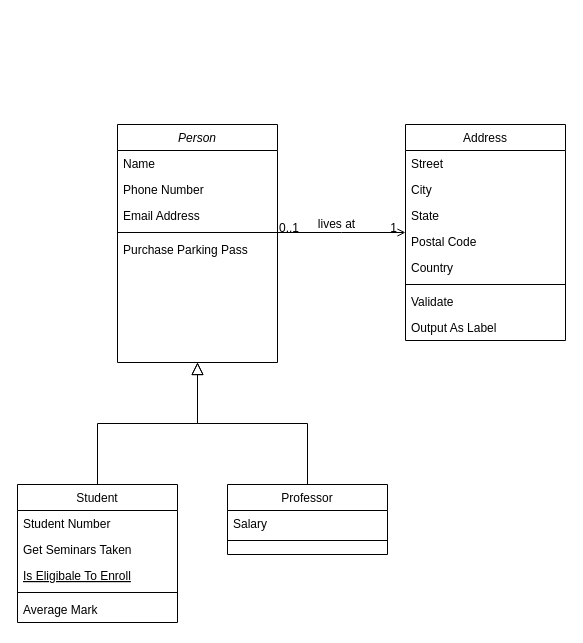
thytran38/LuckyBankOnlineSystem keeps this draw.io diagram as Untitled Diagram.drawio. Above is the earlier version. Source tidied: cells renumbered, new cells numbered last; positions are measured from the earlier drawing's top-left corner, leaving out a move shared by most shapes. Both pictures are drawn from the tidied source at 100%, with x=0, y=0 at pixel (17, 124).
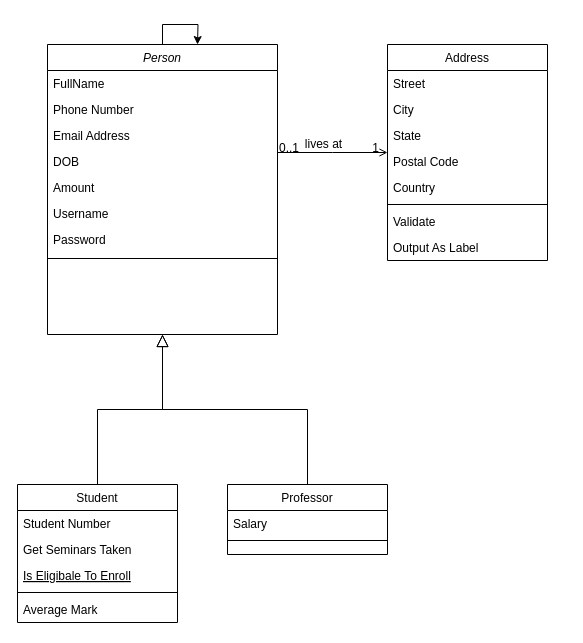
The same diagram, later.

Change to the diagram source:
```diff
@@
+    <mxCell id="32" style="edgeStyle=orthogonalEdgeStyle;rounded=0;jettySize=auto;html=1;" parent="1" edge="1" source="2">
+      <mxGeometry relative="1" as="geometry">
+        <mxPoint x="180" y="-80" as="targetPoint" />
+      </mxGeometry>
+    </mxCell>
     <mxCell id="2" value="Person" style="swimlane;fontStyle=2;align=center;verticalAlign=top;horizontal=1;startSize=26;rounded=0;shadow=0;strokeWidth=1;" parent="1" vertex="1">
-      <mxGeometry x="100" width="160" height="238" as="geometry" />
+      <mxGeometry x="30" y="-80" width="230" height="290" as="geometry" />
     </mxCell>
-    <mxCell id="3" value="Name" style="text;align=left;verticalAlign=top;spacingLeft=4;spacingRight=4;overflow=hidden;" parent="2" vertex="1">
-      <mxGeometry y="26" width="160" height="26" as="geometry" />
+    <mxCell id="3" value="FullName" style="text;align=left;verticalAlign=top;spacingLeft=4;spacingRight=4;overflow=hidden;" parent="2" vertex="1">
+      <mxGeometry y="26" width="230" height="26" as="geometry" />
     </mxCell>
     <mxCell id="4" value="Phone Number" style="text;align=left;verticalAlign=top;spacingLeft=4;spacingRight=4;overflow=hidden;rounded=0;shadow=0;html=0;" parent="2" vertex="1">
-      <mxGeometry y="52" width="160" height="26" as="geometry" />
+      <mxGeometry y="52" width="230" height="26" as="geometry" />
     </mxCell>
     <mxCell id="5" value="Email Address" style="text;align=left;verticalAlign=top;spacingLeft=4;spacingRight=4;overflow=hidden;rounded=0;shadow=0;html=0;" parent="2" vertex="1">
-      <mxGeometry y="78" width="160" height="26" as="geometry" />
+      <mxGeometry y="78" width="230" height="26" as="geometry" />
     </mxCell>
+    <mxCell id="33" value="DOB&#10;" style="text;align=left;verticalAlign=top;spacingLeft=4;spacingRight=4;overflow=hidden;rounded=0;shadow=0;html=0;" parent="2" vertex="1">
+      <mxGeometry y="104" width="230" height="26" as="geometry" />
+    </mxCell>
+    <mxCell id="34" value="Amount&#10;" style="text;align=left;verticalAlign=top;spacingLeft=4;spacingRight=4;overflow=hidden;rounded=0;shadow=0;html=0;" parent="2" vertex="1">
+      <mxGeometry y="130" width="230" height="26" as="geometry" />
+    </mxCell>
+    <mxCell id="35" value="Username&#10;" style="text;align=left;verticalAlign=top;spacingLeft=4;spacingRight=4;overflow=hidden;rounded=0;shadow=0;html=0;" parent="2" vertex="1">
+      <mxGeometry y="156" width="230" height="26" as="geometry" />
+    </mxCell>
+    <mxCell id="36" value="Password" style="text;align=left;verticalAlign=top;spacingLeft=4;spacingRight=4;overflow=hidden;rounded=0;shadow=0;html=0;" parent="2" vertex="1">
+      <mxGeometry y="182" width="230" height="26" as="geometry" />
+    </mxCell>
     <mxCell id="6" style="line;html=1;strokeWidth=1;align=left;verticalAlign=middle;spacingTop=-1;spacingLeft=3;spacingRight=3;labelPosition=right;" parent="2" vertex="1">
-      <mxGeometry y="104" width="160" height="8" as="geometry" />
+      <mxGeometry y="208" width="230" height="12" as="geometry" />
     </mxCell>
-    <mxCell id="7" value="Purchase Parking Pass" style="text;align=left;verticalAlign=top;spacingLeft=4;spacingRight=4;overflow=hidden;" parent="2" vertex="1">
-      <mxGeometry y="112" width="160" height="26" as="geometry" />
-    </mxCell>
@@
     <mxCell id="19" value="Address" style="swimlane;fontStyle=0;align=center;verticalAlign=top;horizontal=1;startSize=26;rounded=0;shadow=0;strokeWidth=1;" parent="1" vertex="1">
-      <mxGeometry x="388" width="160" height="216" as="geometry" />
+      <mxGeometry x="370" y="-80" width="160" height="216" as="geometry" />
     </mxCell>
```
